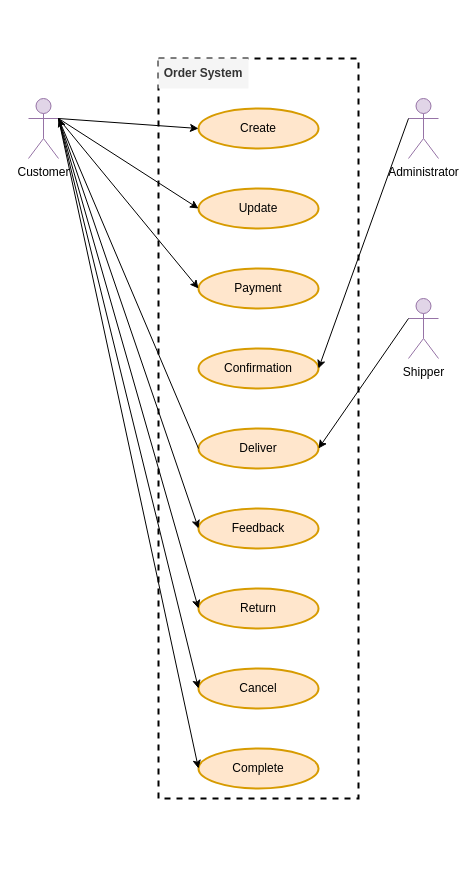
This is page "UseCases" (3 of 5) of docs/Design/OrderSystem/Farmspace.OrderSystem.drawio from nashtech-lab/farmspace-docs, a draw.io file, before an edit. Source tidied: cells renumbered, new cells numbered last; positions are measured from the earlier drawing's top-left corner, leaving out a move shared by most shapes. Both pictures are drawn from the tidied source at 100%, with x=0, y=0 at pixel (28, 58).
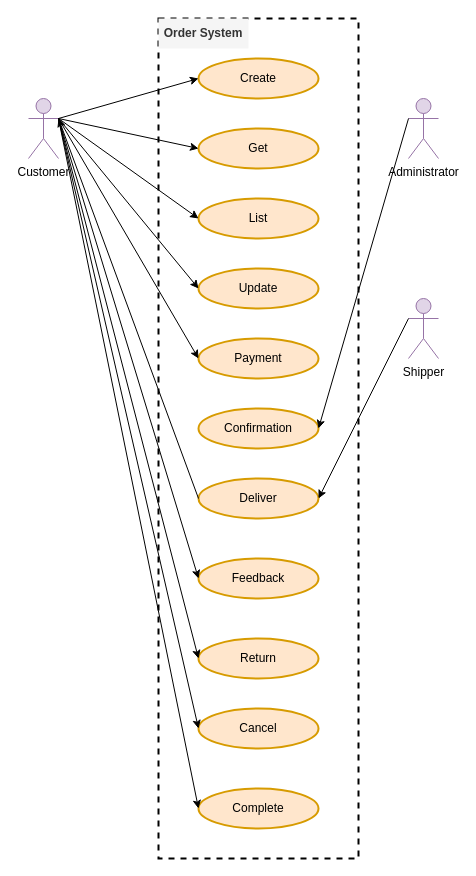
The same diagram, later.

The change refers to these unchanged cells:
```xml
<mxCell id="3" value="Customer" style="shape=umlActor;verticalLabelPosition=bottom;verticalAlign=top;html=1;outlineConnect=0;fillColor=#e1d5e7;strokeColor=#9673a6;" parent="1" vertex="1">
  <mxGeometry y="40" width="30" height="60" as="geometry" />
</mxCell>
```

The edit, as a diff of the source:
```diff
@@
     <mxCell id="2" style="rounded=0;whiteSpace=wrap;html=1;strokeWidth=2;dashed=1;" parent="1" vertex="1">
-      <mxGeometry x="130" width="200" height="740" as="geometry" />
+      <mxGeometry x="130" y="-40" width="200" height="840" as="geometry" />
     </mxCell>
@@
     <mxCell id="4" value="Create" style="ellipse;whiteSpace=wrap;html=1;strokeWidth=2;fillColor=#ffe6cc;strokeColor=#d79b00;" parent="1" vertex="1">
-      <mxGeometry x="170" y="50" width="120" height="40" as="geometry" />
+      <mxGeometry x="170" width="120" height="40" as="geometry" />
     </mxCell>
     <mxCell id="5" value="Update" style="ellipse;whiteSpace=wrap;html=1;strokeWidth=2;fillColor=#ffe6cc;strokeColor=#d79b00;" parent="1" vertex="1">
-      <mxGeometry x="170" y="130" width="120" height="40" as="geometry" />
+      <mxGeometry x="170" y="210" width="120" height="40" as="geometry" />
     </mxCell>
     <mxCell id="6" value="Payment" style="ellipse;whiteSpace=wrap;html=1;strokeWidth=2;fillColor=#ffe6cc;strokeColor=#d79b00;" parent="1" vertex="1">
-      <mxGeometry x="170" y="210" width="120" height="40" as="geometry" />
+      <mxGeometry x="170" y="280" width="120" height="40" as="geometry" />
     </mxCell>
@@
     <mxCell id="10" value="Confirmation" style="ellipse;whiteSpace=wrap;html=1;strokeWidth=2;fillColor=#ffe6cc;strokeColor=#d79b00;" parent="1" vertex="1">
-      <mxGeometry x="170" y="290" width="120" height="40" as="geometry" />
+      <mxGeometry x="170" y="350" width="120" height="40" as="geometry" />
     </mxCell>
     <mxCell id="11" value="Deliver" style="ellipse;whiteSpace=wrap;html=1;strokeWidth=2;fillColor=#ffe6cc;strokeColor=#d79b00;" parent="1" vertex="1">
-      <mxGeometry x="170" y="370" width="120" height="40" as="geometry" />
+      <mxGeometry x="170" y="420" width="120" height="40" as="geometry" />
     </mxCell>
     <mxCell id="12" value="Feedback" style="ellipse;whiteSpace=wrap;html=1;strokeWidth=2;fillColor=#ffe6cc;strokeColor=#d79b00;" parent="1" vertex="1">
-      <mxGeometry x="170" y="450" width="120" height="40" as="geometry" />
+      <mxGeometry x="170" y="500" width="120" height="40" as="geometry" />
     </mxCell>
     <mxCell id="13" value="Return" style="ellipse;whiteSpace=wrap;html=1;strokeWidth=2;fillColor=#ffe6cc;strokeColor=#d79b00;" parent="1" vertex="1">
-      <mxGeometry x="170" y="530" width="120" height="40" as="geometry" />
+      <mxGeometry x="170" y="580" width="120" height="40" as="geometry" />
     </mxCell>
@@
     <mxCell id="21" value="Cancel" style="ellipse;whiteSpace=wrap;html=1;strokeWidth=2;fillColor=#ffe6cc;strokeColor=#d79b00;" parent="1" vertex="1">
-      <mxGeometry x="170" y="610" width="120" height="40" as="geometry" />
+      <mxGeometry x="170" y="650" width="120" height="40" as="geometry" />
     </mxCell>
     <mxCell id="22" value="Complete" style="ellipse;whiteSpace=wrap;html=1;strokeWidth=2;fillColor=#ffe6cc;strokeColor=#d79b00;" parent="1" vertex="1">
-      <mxGeometry x="170" y="690" width="120" height="40" as="geometry" />
+      <mxGeometry x="170" y="730" width="120" height="40" as="geometry" />
     </mxCell>
@@
     <mxCell id="25" value="Order System" style="text;html=1;strokeColor=none;fillColor=#f5f5f5;align=center;verticalAlign=middle;whiteSpace=wrap;rounded=0;dashed=1;fontStyle=1;fontColor=#333333;" parent="1" vertex="1">
-      <mxGeometry x="130" width="90" height="30" as="geometry" />
+      <mxGeometry x="130" y="-40" width="90" height="30" as="geometry" />
     </mxCell>
+    <mxCell id="26" value="Get" style="ellipse;whiteSpace=wrap;html=1;strokeWidth=2;fillColor=#ffe6cc;strokeColor=#d79b00;" parent="1" vertex="1">
+      <mxGeometry x="170" y="70" width="120" height="40" as="geometry" />
+    </mxCell>
+    <mxCell id="27" value="List" style="ellipse;whiteSpace=wrap;html=1;strokeWidth=2;fillColor=#ffe6cc;strokeColor=#d79b00;" parent="1" vertex="1">
+      <mxGeometry x="170" y="140" width="120" height="40" as="geometry" />
+    </mxCell>
+    <mxCell id="28" style="endArrow=classic;html=1;rounded=0;exitX=1;exitY=0.3333333333333333;exitDx=0;exitDy=0;exitPerimeter=0;entryX=0;entryY=0.5;entryDx=0;entryDy=0;" parent="1" edge="1" source="3" target="26">
+      <mxGeometry relative="1" as="geometry" />
+    </mxCell>
+    <mxCell id="29" style="endArrow=classic;html=1;rounded=0;exitX=1;exitY=0.3333333333333333;exitDx=0;exitDy=0;exitPerimeter=0;entryX=0;entryY=0.5;entryDx=0;entryDy=0;" parent="1" edge="1" source="3" target="27">
+      <mxGeometry relative="1" as="geometry" />
+    </mxCell>
```
